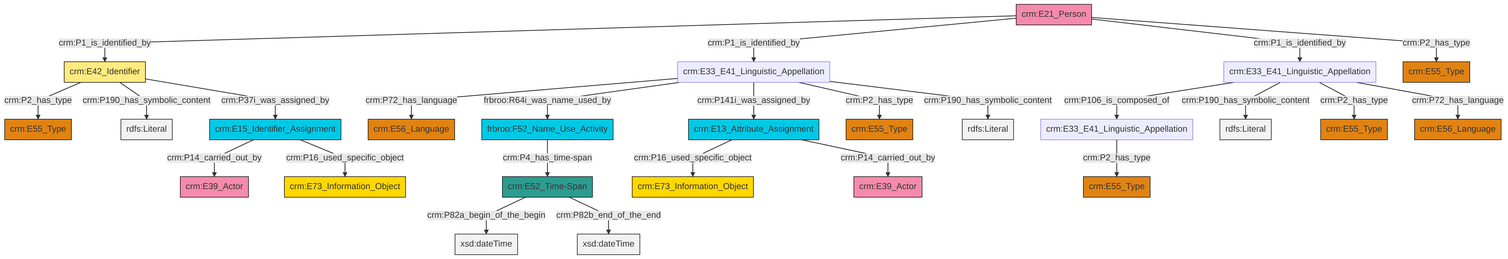
Earlier version of the Mermaid export et/personCSV/ttl/mmd/png/Person_Names_and_Classification.png (swiss-art-research-net/reference-data-models). Its source is kept beside it as et/personCSV/ttl/mmd/Person_Names_and_Classification.ttl.mmd.
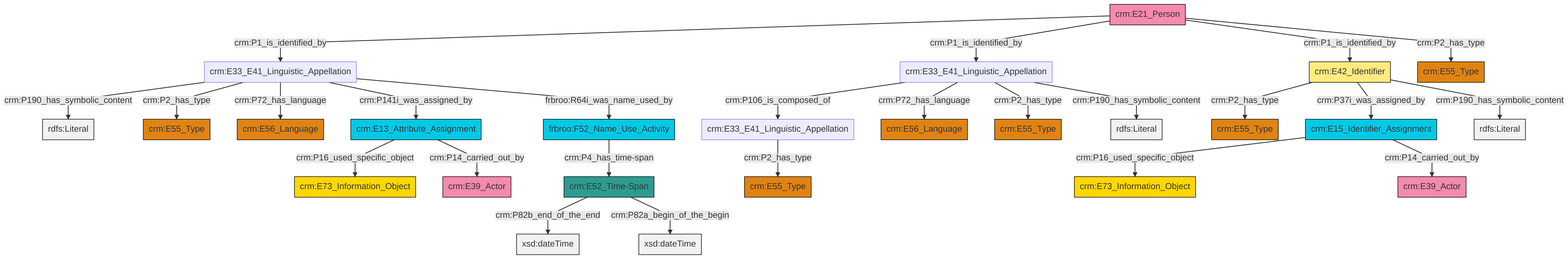
The same file after the commit.

What changed in the source:
```diff
@@ -13,27 +13,27 @@
 classDef PC_Classes fill:#4ce600, stroke:#000000;
 classDef Multi fill:#cccccc,stroke:#000000;
 
-0["crm:E33_E41_Linguistic_Appellation"]:::Default -->|crm:P72_has_language| 1["crm:E56_Language"]:::Type
-2["crm:E21_Person"]:::Actor -->|crm:P1_is_identified_by| 3["crm:E42_Identifier"]:::Appellation
-0["crm:E33_E41_Linguistic_Appellation"]:::Default -->|frbroo:R64i_was_name_used_by| 4["frbroo:F52_Name_Use_Activity"]:::Temporal_Entity
-5["crm:E13_Attribute_Assignment"]:::Temporal_Entity -->|crm:P16_used_specific_object| 6["crm:E73_Information_Object"]:::Conceptual_Object
-9["crm:E52_Time-Span"]:::Time-Span -->|crm:P82a_begin_of_the_begin| 10[xsd:dateTime]:::Literal
-11["crm:E33_E41_Linguistic_Appellation"]:::Default -->|crm:P2_has_type| 12["crm:E55_Type"]:::Type
-2["crm:E21_Person"]:::Actor -->|crm:P1_is_identified_by| 0["crm:E33_E41_Linguistic_Appellation"]:::Default
-14["crm:E33_E41_Linguistic_Appellation"]:::Default -->|crm:P106_is_composed_of| 11["crm:E33_E41_Linguistic_Appellation"]:::Default
-4["frbroo:F52_Name_Use_Activity"]:::Temporal_Entity -->|crm:P4_has_time-span| 9["crm:E52_Time-Span"]:::Time-Span
-3["crm:E42_Identifier"]:::Appellation -->|crm:P2_has_type| 17["crm:E55_Type"]:::Type
-2["crm:E21_Person"]:::Actor -->|crm:P1_is_identified_by| 14["crm:E33_E41_Linguistic_Appellation"]:::Default
-0["crm:E33_E41_Linguistic_Appellation"]:::Default -->|crm:P141i_was_assigned_by| 5["crm:E13_Attribute_Assignment"]:::Temporal_Entity
-14["crm:E33_E41_Linguistic_Appellation"]:::Default -->|crm:P190_has_symbolic_content| 27[rdfs:Literal]:::Literal
-14["crm:E33_E41_Linguistic_Appellation"]:::Default -->|crm:P2_has_type| 7["crm:E55_Type"]:::Type
-0["crm:E33_E41_Linguistic_Appellation"]:::Default -->|crm:P2_has_type| 31["crm:E55_Type"]:::Type
-32["crm:E15_Identifier_Assignment"]:::Temporal_Entity -->|crm:P14_carried_out_by| 22["crm:E39_Actor"]:::Actor
-2["crm:E21_Person"]:::Actor -->|crm:P2_has_type| 35["crm:E55_Type"]:::Type
-5["crm:E13_Attribute_Assignment"]:::Temporal_Entity -->|crm:P14_carried_out_by| 28["crm:E39_Actor"]:::Actor
-9["crm:E52_Time-Span"]:::Time-Span -->|crm:P82b_end_of_the_end| 40[xsd:dateTime]:::Literal
-0["crm:E33_E41_Linguistic_Appellation"]:::Default -->|crm:P190_has_symbolic_content| 41[rdfs:Literal]:::Literal
-3["crm:E42_Identifier"]:::Appellation -->|crm:P190_has_symbolic_content| 45[rdfs:Literal]:::Literal
-14["crm:E33_E41_Linguistic_Appellation"]:::Default -->|crm:P72_has_language| 19["crm:E56_Language"]:::Type
-3["crm:E42_Identifier"]:::Appellation -->|crm:P37i_was_assigned_by| 32["crm:E15_Identifier_Assignment"]:::Temporal_Entity
-32["crm:E15_Identifier_Assignment"]:::Temporal_Entity -->|crm:P16_used_specific_object| 24["crm:E73_Information_Object"]:::Conceptual_Object
+2["crm:E33_E41_Linguistic_Appellation"]:::Default -->|crm:P190_has_symbolic_content| 3[rdfs:Literal]:::Literal
+6["frbroo:F52_Name_Use_Activity"]:::Temporal_Entity -->|crm:P4_has_time-span| 4["crm:E52_Time-Span"]:::Time-Span
+9["crm:E15_Identifier_Assignment"]:::Temporal_Entity -->|crm:P16_used_specific_object| 10["crm:E73_Information_Object"]:::Conceptual_Object
+0["crm:E13_Attribute_Assignment"]:::Temporal_Entity -->|crm:P16_used_specific_object| 12["crm:E73_Information_Object"]:::Conceptual_Object
+9["crm:E15_Identifier_Assignment"]:::Temporal_Entity -->|crm:P14_carried_out_by| 13["crm:E39_Actor"]:::Actor
+14["crm:E21_Person"]:::Actor -->|crm:P1_is_identified_by| 2["crm:E33_E41_Linguistic_Appellation"]:::Default
+17["crm:E42_Identifier"]:::Appellation -->|crm:P2_has_type| 18["crm:E55_Type"]:::Type
+17["crm:E42_Identifier"]:::Appellation -->|crm:P37i_was_assigned_by| 9["crm:E15_Identifier_Assignment"]:::Temporal_Entity
+17["crm:E42_Identifier"]:::Appellation -->|crm:P190_has_symbolic_content| 23[rdfs:Literal]:::Literal
+19["crm:E33_E41_Linguistic_Appellation"]:::Default -->|crm:P106_is_composed_of| 29["crm:E33_E41_Linguistic_Appellation"]:::Default
+19["crm:E33_E41_Linguistic_Appellation"]:::Default -->|crm:P72_has_language| 21["crm:E56_Language"]:::Type
+14["crm:E21_Person"]:::Actor -->|crm:P1_is_identified_by| 19["crm:E33_E41_Linguistic_Appellation"]:::Default
+4["crm:E52_Time-Span"]:::Time-Span -->|crm:P82b_end_of_the_end| 34[xsd:dateTime]:::Literal
+4["crm:E52_Time-Span"]:::Time-Span -->|crm:P82a_begin_of_the_begin| 35[xsd:dateTime]:::Literal
+2["crm:E33_E41_Linguistic_Appellation"]:::Default -->|crm:P2_has_type| 15["crm:E55_Type"]:::Type
+0["crm:E13_Attribute_Assignment"]:::Temporal_Entity -->|crm:P14_carried_out_by| 7["crm:E39_Actor"]:::Actor
+14["crm:E21_Person"]:::Actor -->|crm:P1_is_identified_by| 17["crm:E42_Identifier"]:::Appellation
+19["crm:E33_E41_Linguistic_Appellation"]:::Default -->|crm:P2_has_type| 27["crm:E55_Type"]:::Type
+2["crm:E33_E41_Linguistic_Appellation"]:::Default -->|crm:P72_has_language| 37["crm:E56_Language"]:::Type
+29["crm:E33_E41_Linguistic_Appellation"]:::Default -->|crm:P2_has_type| 32["crm:E55_Type"]:::Type
+2["crm:E33_E41_Linguistic_Appellation"]:::Default -->|crm:P141i_was_assigned_by| 0["crm:E13_Attribute_Assignment"]:::Temporal_Entity
+2["crm:E33_E41_Linguistic_Appellation"]:::Default -->|frbroo:R64i_was_name_used_by| 6["frbroo:F52_Name_Use_Activity"]:::Temporal_Entity
+14["crm:E21_Person"]:::Actor -->|crm:P2_has_type| 25["crm:E55_Type"]:::Type
+19["crm:E33_E41_Linguistic_Appellation"]:::Default -->|crm:P190_has_symbolic_content| 46[rdfs:Literal]:::Literal
```
